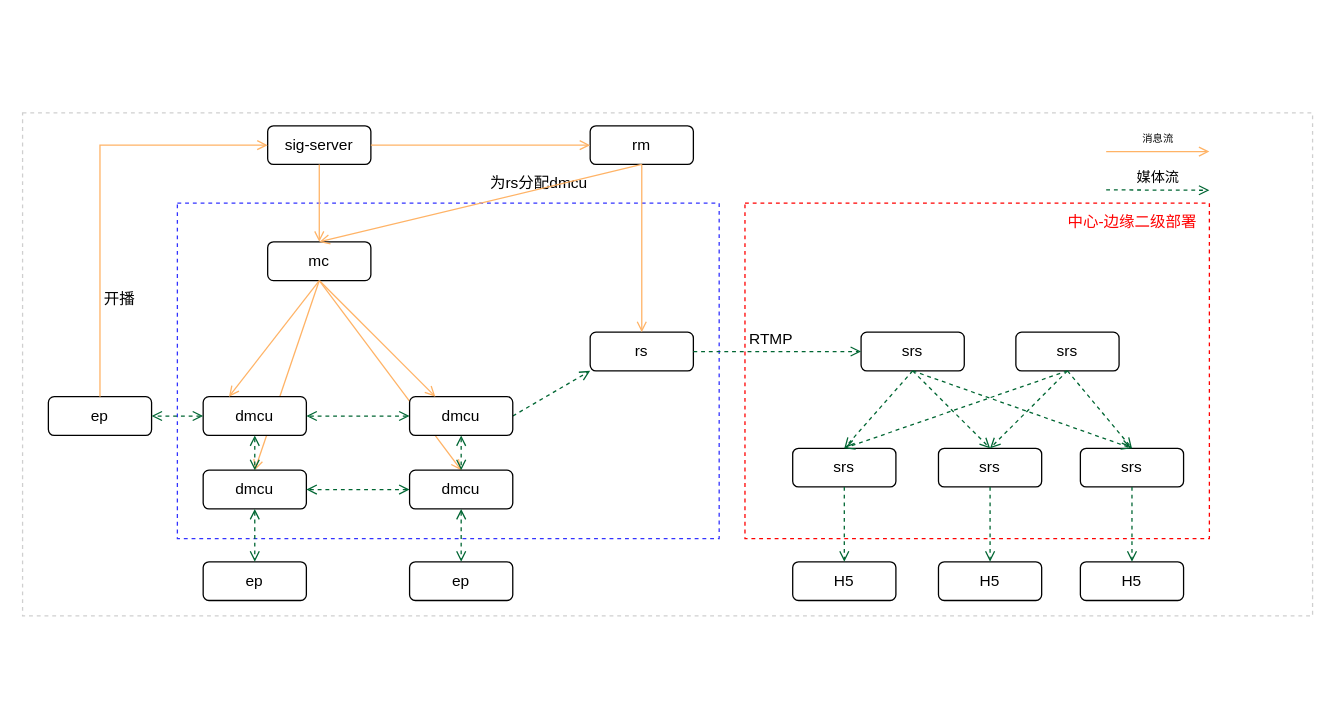
Earlier version of the draw.io diagram page "内网直播二期" (4 of 4) of 单向网络-内网直播.drawio (Liaozengxiang/test). Source tidied: cells renumbered, new cells numbered last; positions are measured from the earlier drawing's top-left corner, leaving out a move shared by most shapes. Both pictures are drawn from the tidied source at 129%, with x=0, y=0 at pixel (22, 112).
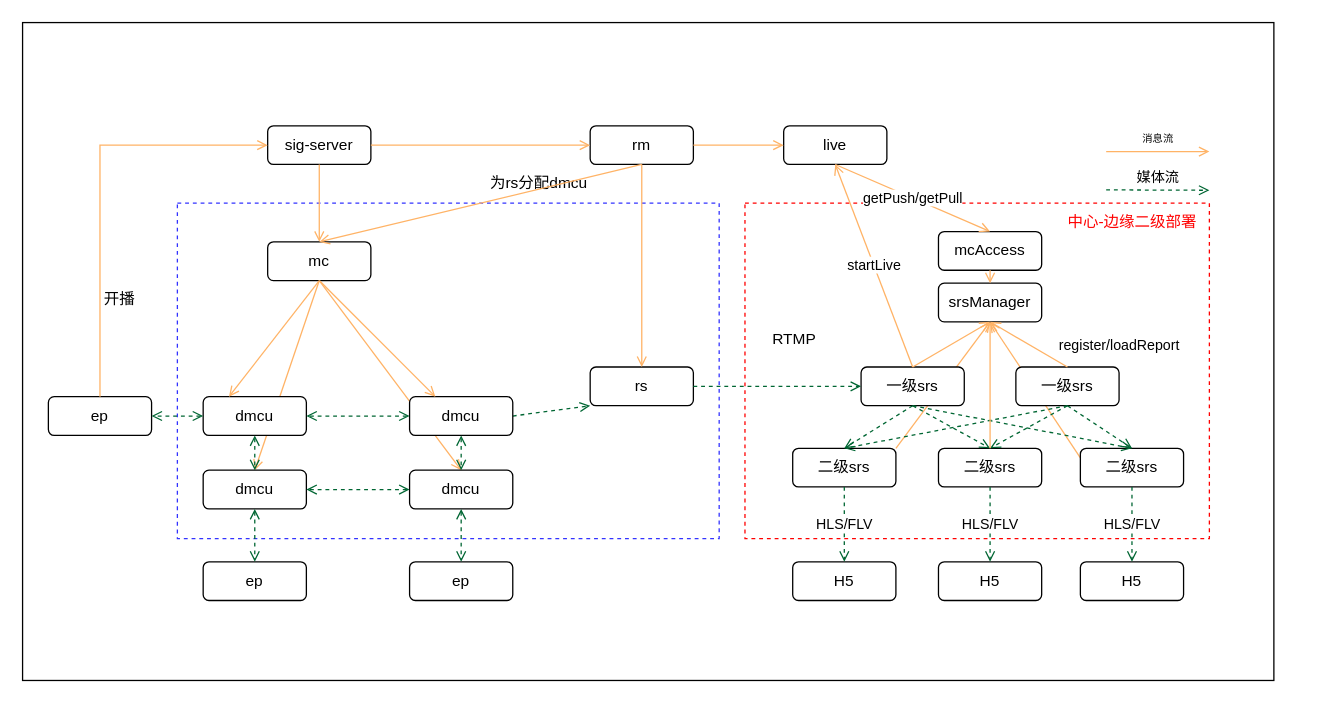
The same diagram, later.

Unchanged cells that the change refers to:
```xml
<mxCell id="13" value="rm" style="rounded=1;whiteSpace=wrap;html=1;" parent="1" vertex="1">
  <mxGeometry x="440" y="10" width="80" height="30" as="geometry" />
</mxCell>
<mxCell id="34" value="H5" style="rounded=1;whiteSpace=wrap;html=1;" parent="1" vertex="1">
  <mxGeometry x="597" y="348" width="80" height="30" as="geometry" />
</mxCell>
<mxCell id="52" value="H5" style="rounded=1;whiteSpace=wrap;html=1;" parent="1" vertex="1">
  <mxGeometry x="820" y="348" width="80" height="30" as="geometry" />
</mxCell>
<mxCell id="53" value="H5" style="rounded=1;whiteSpace=wrap;html=1;" parent="1" vertex="1">
  <mxGeometry x="710" y="348" width="80" height="30" as="geometry" />
</mxCell>
```

What changed in the source:
```diff
@@
-    <mxCell id="2" style="rounded=0;whiteSpace=wrap;html=1;dashed=1;strokeColor=#CFCFCF;fillColor=default;" parent="1" vertex="1">
-      <mxGeometry width="1000" height="390" as="geometry" />
-    </mxCell>
+    <mxCell id="57" style="rounded=0;whiteSpace=wrap;html=1;fillColor=default;" parent="1" vertex="1">
+      <mxGeometry y="-70" width="970" height="510" as="geometry" />
+    </mxCell>
+    <mxCell id="58" style="endArrow=none;html=1;rounded=0;strokeColor=#FFB366;startArrow=open;startFill=0;endFill=0;entryX=1;entryY=0;entryDx=0;entryDy=0;exitX=0.5;exitY=1;exitDx=0;exitDy=0;" parent="1" edge="1" source="64" target="42">
+      <mxGeometry relative="1" as="geometry" />
+    </mxCell>
+    <mxCell id="59" style="endArrow=none;html=1;rounded=0;strokeColor=#FFB366;startArrow=open;startFill=0;endFill=0;entryX=0;entryY=0.25;entryDx=0;entryDy=0;exitX=0.5;exitY=1;exitDx=0;exitDy=0;" parent="1" edge="1" source="64" target="44">
+      <mxGeometry relative="1" as="geometry" />
+    </mxCell>
@@
-    <mxCell id="4" style="rounded=0;whiteSpace=wrap;html=1;dashed=1;shadow=0;strokeWidth=1;perimeterSpacing=0;strokeColor=#FF0000;" parent="1" vertex="1">
+    <mxCell id="4" style="rounded=0;whiteSpace=wrap;html=1;dashed=1;shadow=0;strokeWidth=1;perimeterSpacing=0;strokeColor=#FF0000;fillColor=none;" parent="1" vertex="1">
       <mxGeometry x="560" y="70" width="360" height="260" as="geometry" />
     </mxCell>
-    <mxCell id="5" style="rounded=0;whiteSpace=wrap;html=1;dashed=1;shadow=0;strokeWidth=1;perimeterSpacing=0;fontColor=#3333FF;strokeColor=#3333ff;" parent="1" vertex="1">
+    <mxCell id="5" style="rounded=0;whiteSpace=wrap;html=1;dashed=1;shadow=0;strokeWidth=1;perimeterSpacing=0;fontColor=#3333FF;strokeColor=#3333ff;fillColor=none;" parent="1" vertex="1">
       <mxGeometry x="120" y="70" width="420" height="260" as="geometry" />
     </mxCell>
@@
     <mxCell id="14" value="rs" style="rounded=1;whiteSpace=wrap;html=1;" parent="1" vertex="1">
-      <mxGeometry x="440" y="170" width="80" height="30" as="geometry" />
+      <mxGeometry x="440" y="197" width="80" height="30" as="geometry" />
     </mxCell>
@@
-    <mxCell id="32" value="srs" style="rounded=1;whiteSpace=wrap;html=1;" parent="1" vertex="1">
-      <mxGeometry x="650" y="170" width="80" height="30" as="geometry" />
+    <mxCell id="32" value="一级srs" style="rounded=1;whiteSpace=wrap;html=1;" parent="1" vertex="1">
+      <mxGeometry x="650" y="197" width="80" height="30" as="geometry" />
     </mxCell>
@@
     <mxCell id="35" value="RTMP" style="text;html=1;align=center;verticalAlign=middle;fillColor=none;strokeColor=none;rounded=0;dashed=1;" parent="1" vertex="1">
-      <mxGeometry x="550" y="161" width="60" height="30" as="geometry" />
+      <mxGeometry x="568" y="161" width="60" height="30" as="geometry" />
     </mxCell>
@@
-    <mxCell id="42" value="srs" style="rounded=1;whiteSpace=wrap;html=1;" parent="1" vertex="1">
+    <mxCell id="42" value="二级srs" style="rounded=1;whiteSpace=wrap;html=1;" parent="1" vertex="1">
       <mxGeometry x="597" y="260" width="80" height="30" as="geometry" />
     </mxCell>
-    <mxCell id="43" value="srs" style="rounded=1;whiteSpace=wrap;html=1;" parent="1" vertex="1">
+    <mxCell id="43" value="二级srs" style="rounded=1;whiteSpace=wrap;html=1;" parent="1" vertex="1">
       <mxGeometry x="710" y="260" width="80" height="30" as="geometry" />
     </mxCell>
-    <mxCell id="44" value="srs" style="rounded=1;whiteSpace=wrap;html=1;" parent="1" vertex="1">
+    <mxCell id="44" value="二级srs" style="rounded=1;whiteSpace=wrap;html=1;" parent="1" vertex="1">
       <mxGeometry x="820" y="260" width="80" height="30" as="geometry" />
     </mxCell>
-    <mxCell id="45" value="srs" style="rounded=1;whiteSpace=wrap;html=1;" parent="1" vertex="1">
-      <mxGeometry x="770" y="170" width="80" height="30" as="geometry" />
+    <mxCell id="45" value="一级srs" style="rounded=1;whiteSpace=wrap;html=1;" parent="1" vertex="1">
+      <mxGeometry x="770" y="197" width="80" height="30" as="geometry" />
     </mxCell>
@@
-    <mxCell id="54" style="endArrow=open;startArrow=none;html=1;entryX=0.5;entryY=0;entryDx=0;entryDy=0;rounded=0;endFill=0;startFill=0;dashed=1;strokeColor=#006633;exitX=0.5;exitY=1;exitDx=0;exitDy=0;" parent="1" edge="1" source="42" target="34">
+    <mxCell id="54" value="HLS/FLV" style="endArrow=open;startArrow=none;html=1;entryX=0.5;entryY=0;entryDx=0;entryDy=0;rounded=0;endFill=0;startFill=0;dashed=1;strokeColor=#006633;exitX=0.5;exitY=1;exitDx=0;exitDy=0;" parent="1" edge="1" source="42" target="34">
       <mxGeometry relative="1" as="geometry" />
     </mxCell>
-    <mxCell id="55" style="endArrow=open;startArrow=none;html=1;entryX=0.5;entryY=0;entryDx=0;entryDy=0;rounded=0;endFill=0;startFill=0;dashed=1;strokeColor=#006633;exitX=0.5;exitY=1;exitDx=0;exitDy=0;" parent="1" edge="1" source="43" target="53">
+    <mxCell id="55" value="HLS/FLV" style="endArrow=open;startArrow=none;html=1;entryX=0.5;entryY=0;entryDx=0;entryDy=0;rounded=0;endFill=0;startFill=0;dashed=1;strokeColor=#006633;exitX=0.5;exitY=1;exitDx=0;exitDy=0;" parent="1" edge="1" source="43" target="53">
       <mxGeometry relative="1" as="geometry" />
     </mxCell>
-    <mxCell id="56" style="endArrow=open;startArrow=none;html=1;entryX=0.5;entryY=0;entryDx=0;entryDy=0;rounded=0;endFill=0;startFill=0;dashed=1;strokeColor=#006633;exitX=0.5;exitY=1;exitDx=0;exitDy=0;" parent="1" edge="1" source="44" target="52">
+    <mxCell id="56" value="HLS/FLV" style="endArrow=open;startArrow=none;html=1;entryX=0.5;entryY=0;entryDx=0;entryDy=0;rounded=0;endFill=0;startFill=0;dashed=1;strokeColor=#006633;exitX=0.5;exitY=1;exitDx=0;exitDy=0;" parent="1" edge="1" source="44" target="52">
       <mxGeometry relative="1" as="geometry" />
     </mxCell>
+    <mxCell id="60" value="live" style="rounded=1;whiteSpace=wrap;html=1;" parent="1" vertex="1">
+      <mxGeometry x="590" y="10" width="80" height="30" as="geometry" />
+    </mxCell>
+    <mxCell id="61" value="startLive" style="endArrow=none;html=1;rounded=0;strokeColor=#FFB366;startArrow=open;startFill=0;endFill=0;entryX=0.5;entryY=0;entryDx=0;entryDy=0;exitX=0.5;exitY=1;exitDx=0;exitDy=0;" parent="1" edge="1" source="60" target="32">
+      <mxGeometry relative="1" as="geometry" />
+    </mxCell>
+    <mxCell id="62" style="endArrow=none;html=1;rounded=0;strokeColor=#FFB366;startArrow=open;startFill=0;endFill=0;entryX=1;entryY=0.5;entryDx=0;entryDy=0;exitX=0;exitY=0.5;exitDx=0;exitDy=0;" parent="1" edge="1" source="60" target="13">
+      <mxGeometry relative="1" as="geometry" />
+    </mxCell>
+    <mxCell id="63" value="mcAccess" style="rounded=1;whiteSpace=wrap;html=1;" parent="1" vertex="1">
+      <mxGeometry x="710" y="92" width="80" height="30" as="geometry" />
+    </mxCell>
+    <mxCell id="64" value="srsManager" style="rounded=1;whiteSpace=wrap;html=1;" parent="1" vertex="1">
+      <mxGeometry x="710" y="132" width="80" height="30" as="geometry" />
+    </mxCell>
+    <mxCell id="65" value="getPush/getPull" style="endArrow=none;html=1;rounded=0;strokeColor=#FFB366;startArrow=open;startFill=0;endFill=0;entryX=0.5;entryY=1;entryDx=0;entryDy=0;exitX=0.5;exitY=0;exitDx=0;exitDy=0;" parent="1" edge="1" source="63" target="60">
+      <mxGeometry relative="1" as="geometry" />
+    </mxCell>
+    <mxCell id="66" style="endArrow=none;html=1;rounded=0;strokeColor=#FFB366;startArrow=open;startFill=0;endFill=0;entryX=0.5;entryY=1;entryDx=0;entryDy=0;exitX=0.5;exitY=0;exitDx=0;exitDy=0;" parent="1" edge="1" source="64" target="63">
+      <mxGeometry relative="1" as="geometry" />
+    </mxCell>
+    <mxCell id="67" value="register/loadReport" style="endArrow=none;html=1;rounded=0;strokeColor=#FFB366;startArrow=open;startFill=0;endFill=0;entryX=0.5;entryY=0;entryDx=0;entryDy=0;exitX=0.5;exitY=1;exitDx=0;exitDy=0;" parent="1" edge="1" source="64" target="45">
+      <mxGeometry x="1" y="43" relative="1" as="geometry">
+        <mxPoint x="19" y="20" as="offset" />
+      </mxGeometry>
+    </mxCell>
+    <mxCell id="68" style="endArrow=none;html=1;rounded=0;strokeColor=#FFB366;startArrow=open;startFill=0;endFill=0;entryX=0.5;entryY=0;entryDx=0;entryDy=0;exitX=0.5;exitY=1;exitDx=0;exitDy=0;" parent="1" edge="1" source="64" target="32">
+      <mxGeometry relative="1" as="geometry" />
+    </mxCell>
+    <mxCell id="69" style="endArrow=none;html=1;rounded=0;strokeColor=#FFB366;startArrow=open;startFill=0;endFill=0;entryX=0.5;entryY=0;entryDx=0;entryDy=0;exitX=0.5;exitY=1;exitDx=0;exitDy=0;" parent="1" edge="1" source="64" target="43">
+      <mxGeometry relative="1" as="geometry" />
+    </mxCell>
```
